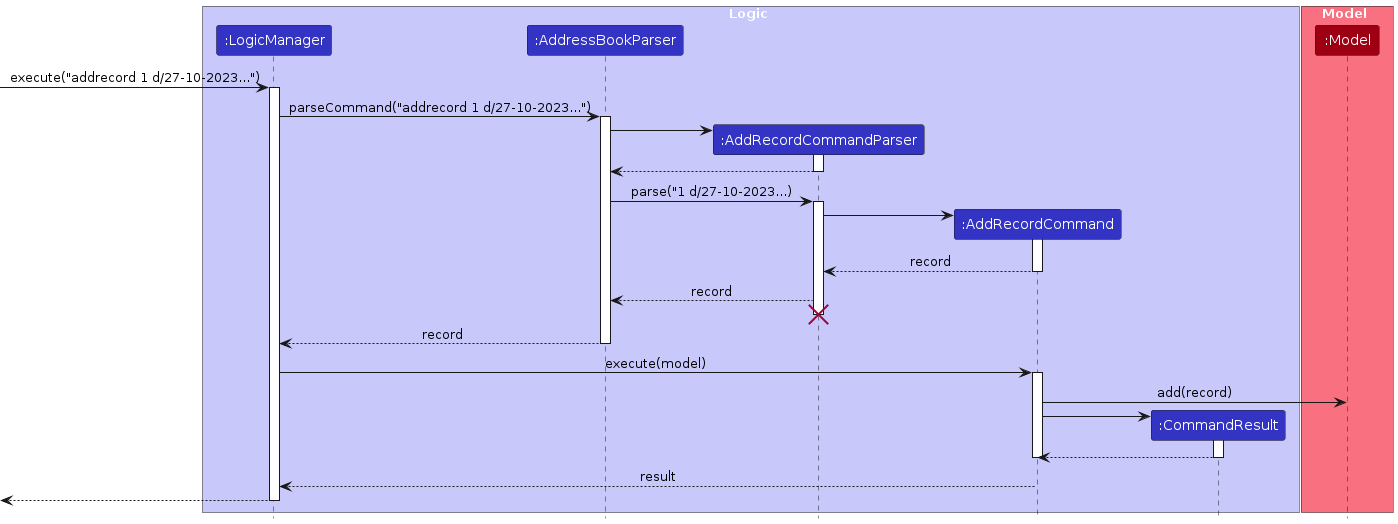
The PlantUML diagram diagrams/AddRecordSequenceDiagram.png in adammangzijun/tp, before a commit. Its source is kept beside it as diagrams/AddRecordSequenceDiagram.puml.
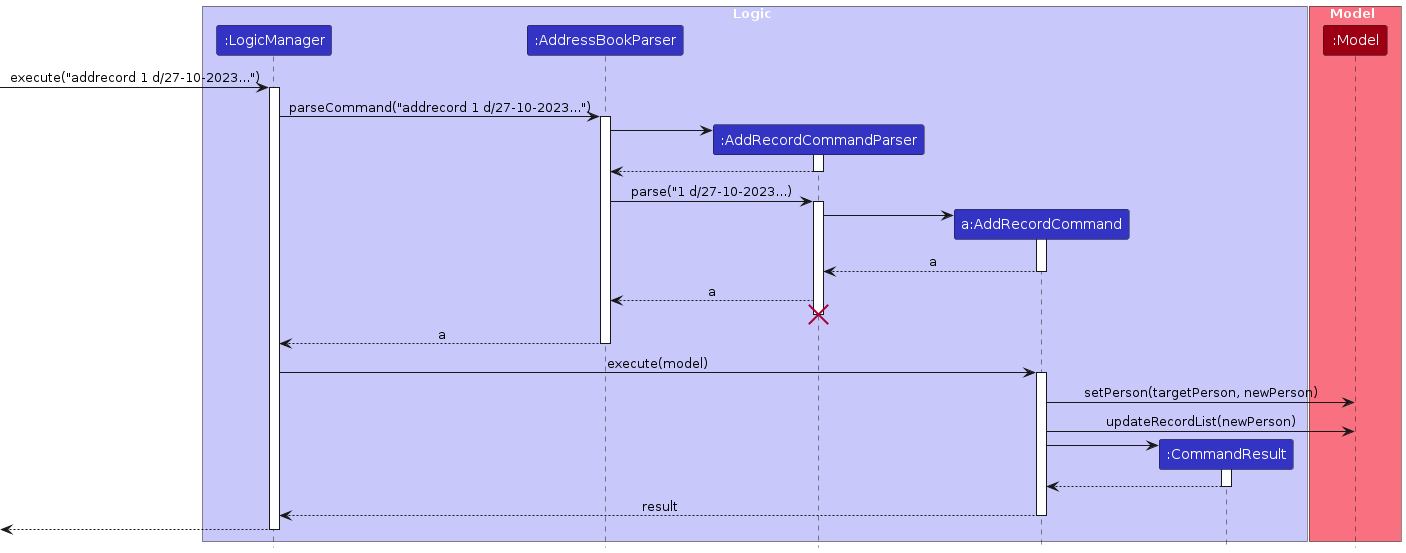
The same diagram one commit later.

What changed in the source:
```diff
@@ -6,7 +6,7 @@
 participant ":LogicManager" as LogicManager LOGIC_COLOR
 participant ":AddressBookParser" as AddressBookParser LOGIC_COLOR
 participant ":AddRecordCommandParser" as AddRecordCommandParser LOGIC_COLOR
-participant ":AddRecordCommand" as AddRecordCommand LOGIC_COLOR
+participant "a:AddRecordCommand" as AddRecordCommand LOGIC_COLOR
 participant ":CommandResult" as CommandResult LOGIC_COLOR
 end box
 
@@ -34,21 +34,22 @@
 AddRecordCommandParser -> AddRecordCommand
 activate AddRecordCommand
 
-AddRecordCommand --> AddRecordCommandParser : record
+AddRecordCommand --> AddRecordCommandParser : a
 deactivate AddRecordCommand
 
-AddRecordCommandParser --> AddressBookParser : record
+AddRecordCommandParser --> AddressBookParser : a
 deactivate AddRecordCommand
 AddRecordCommandParser -[hidden]-> AddressBookParser
 destroy AddRecordCommandParser
 
-AddressBookParser --> LogicManager : record
+AddressBookParser --> LogicManager : a
 deactivate AddressBookParser
 
 LogicManager -> AddRecordCommand : execute(model)
 activate AddRecordCommand
 
-AddRecordCommand -> Model : add(record)
+AddRecordCommand -> Model : setPerson(targetPerson, newPerson)
+AddRecordCommand -> Model : updateRecordList(newPerson)
 
 create CommandResult
 AddRecordCommand -> CommandResult
@@ -57,9 +58,8 @@
 CommandResult --> AddRecordCommand
 deactivate CommandResult
 
+AddRecordCommand --> LogicManager : result
 deactivate AddRecordCommand
-
-AddRecordCommand --> LogicManager : result
 
 [<--LogicManager
 deactivate LogicManager
```
